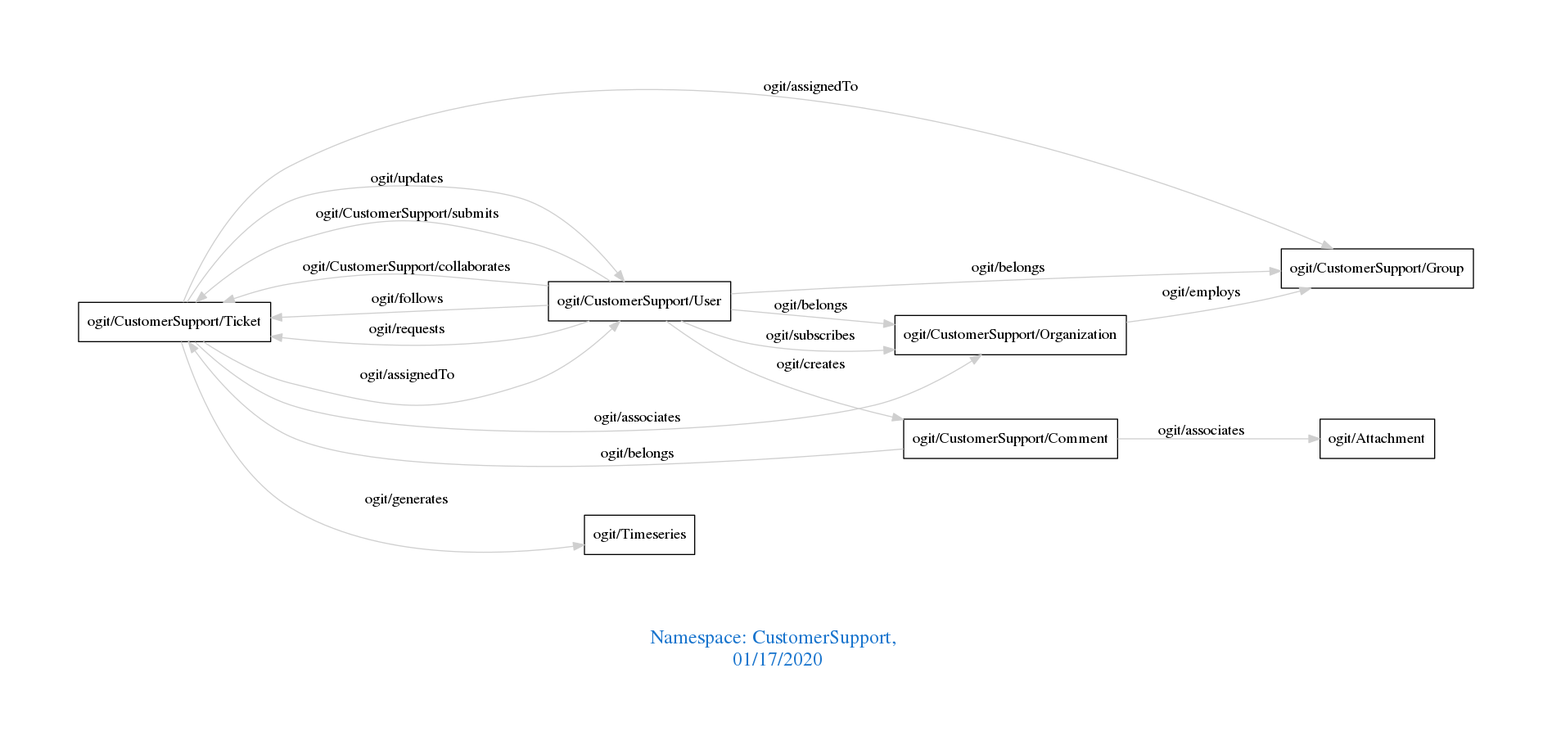
Before: downloads/CustomerSupport.png, a diagram exported from Graphviz (arago/OGIT). Its source is kept beside it as downloads/CustomerSupport.dot.
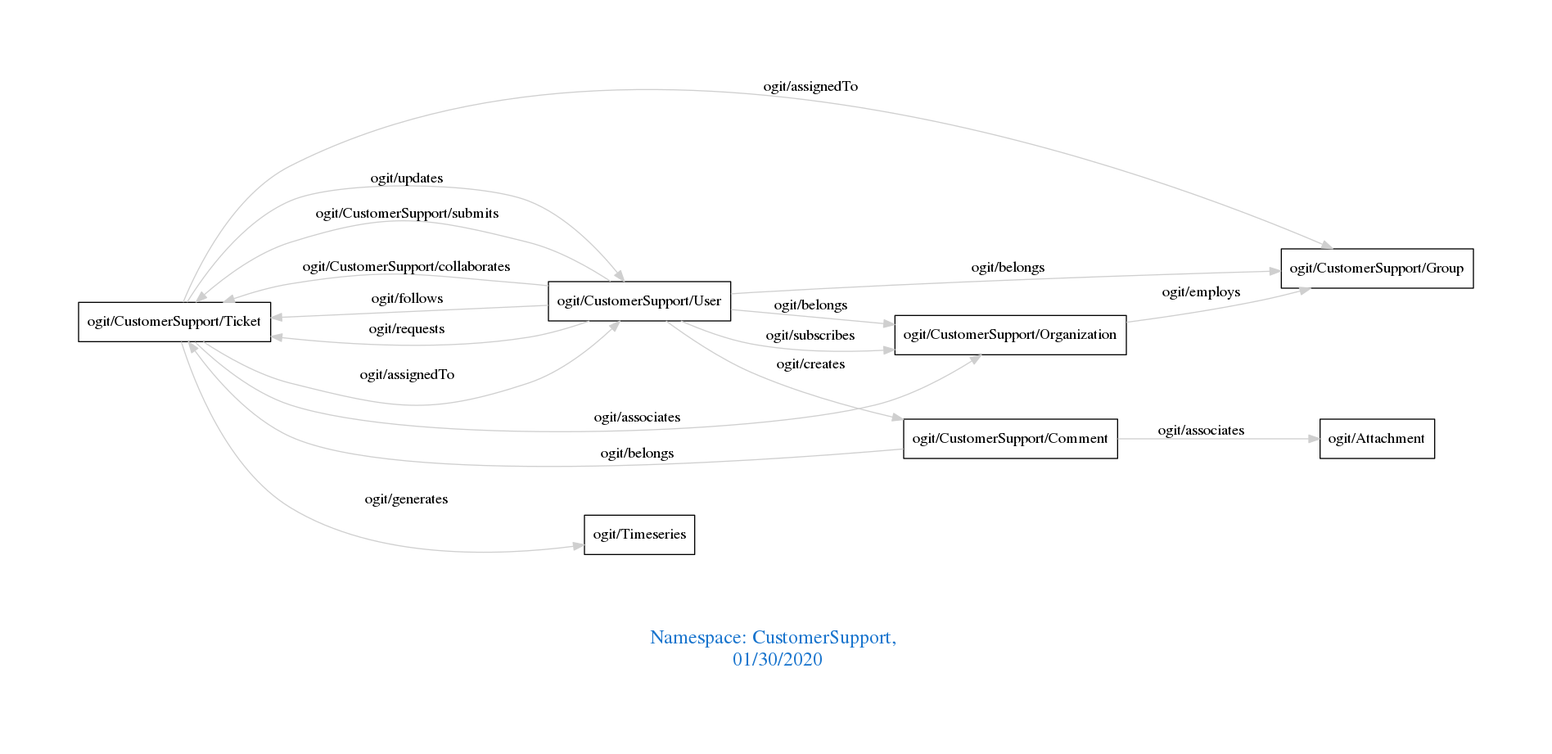
Later version of the same file.

The edit, as a diff of the source:
```diff
@@ -1,7 +1,7 @@
 digraph OGIT_ontology {
  graph [ rankdir= LR,pad=1
 fontsize = 18,
-fontcolor= dodgerblue3,label = "\n\n\nNamespace: CustomerSupport, \n 01/17/2020"];
+fontcolor= dodgerblue3,label = "\n\n\nNamespace: CustomerSupport, \n 01/30/2020"];
 node[shape=polygon];
 edge [  color="gray81"];
 
```
